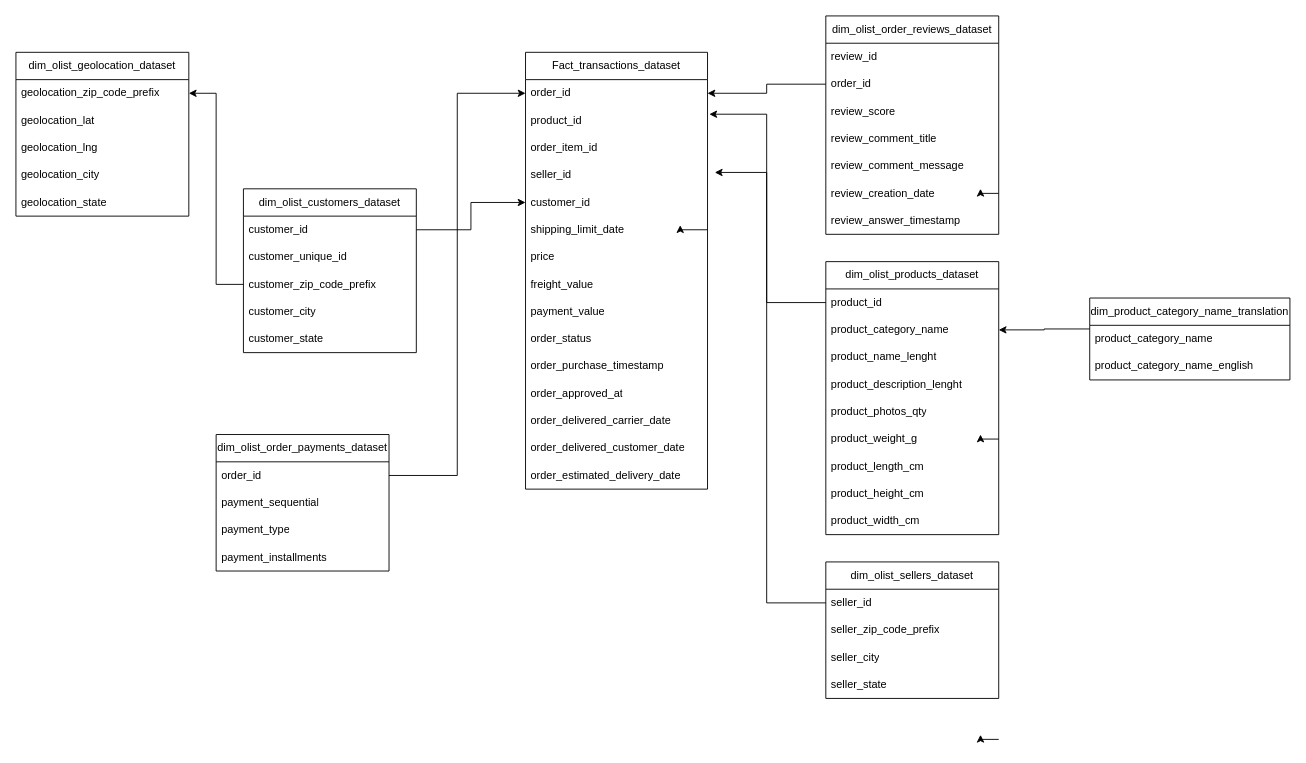
Earlier version of the draw.io diagram Untitled Diagram.drawio (philipebuka/Analytic_engineering_udemy). Source tidied: cells renumbered, new cells numbered last; positions are measured from the earlier drawing's top-left corner, leaving out a move shared by most shapes. Both pictures are drawn from the tidied source at 91%, with x=0, y=0 at pixel (15, 15).
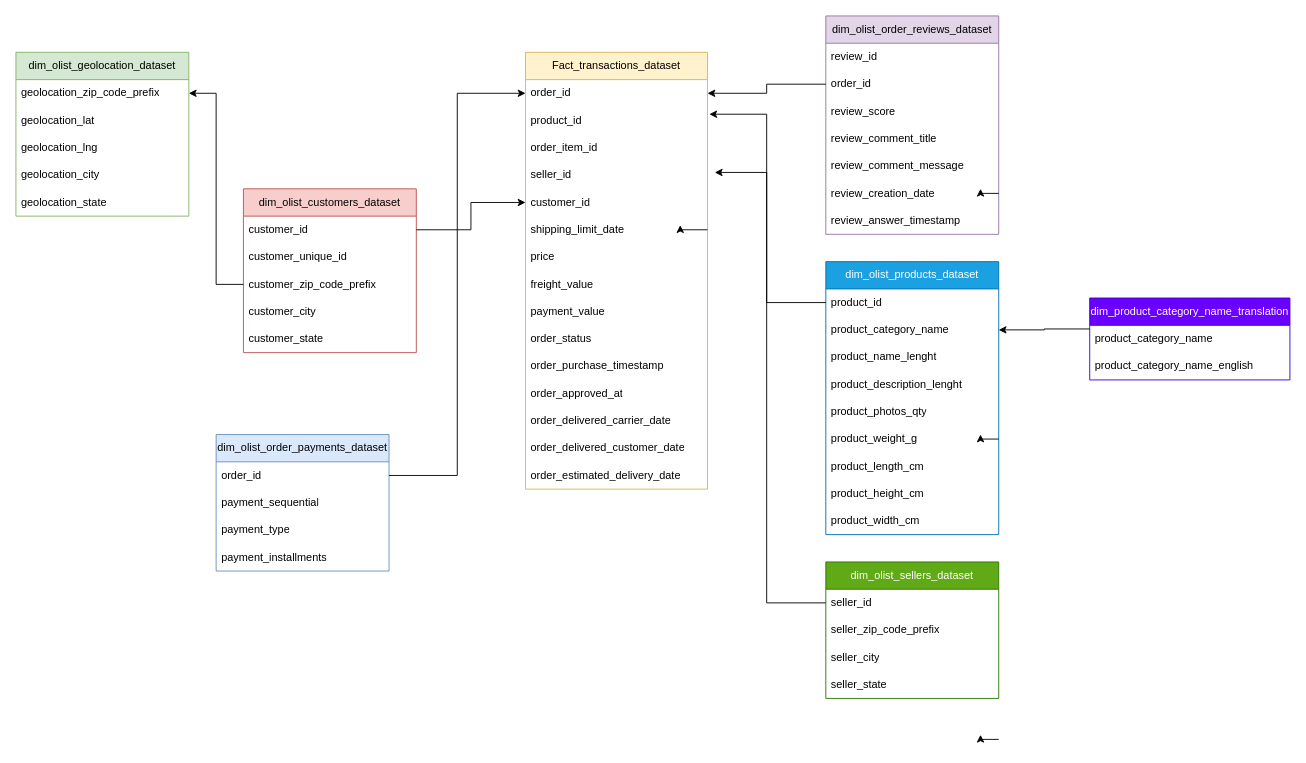
After the change.

The edit, as a diff of the source:
```diff
@@
-    <mxCell id="2" value="Fact_transactions_dataset" style="swimlane;fontStyle=0;horizontal=1;startSize=30;whiteSpace=wrap;html=1;" parent="1" vertex="1">
+    <mxCell id="2" value="Fact_transactions_dataset" style="swimlane;fontStyle=0;horizontal=1;startSize=30;whiteSpace=wrap;html=1;fillColor=#fff2cc;strokeColor=#d6b656;" parent="1" vertex="1">
       <mxGeometry x="560" y="40" width="200" height="480" as="geometry" />
     </mxCell>
@@
-    <mxCell id="19" value="dim_olist_customers_dataset" style="swimlane;fontStyle=0;horizontal=1;startSize=30;whiteSpace=wrap;html=1;" parent="1" vertex="1">
+    <mxCell id="19" value="dim_olist_customers_dataset" style="swimlane;fontStyle=0;horizontal=1;startSize=30;whiteSpace=wrap;html=1;fillColor=#f8cecc;strokeColor=#b85450;" parent="1" vertex="1">
       <mxGeometry x="250" y="190" width="190" height="180" as="geometry" />
     </mxCell>
@@
-    <mxCell id="25" value="dim_olist_geolocation_dataset" style="swimlane;fontStyle=0;horizontal=1;startSize=30;whiteSpace=wrap;html=1;" parent="1" vertex="1">
+    <mxCell id="25" value="dim_olist_geolocation_dataset" style="swimlane;fontStyle=0;horizontal=1;startSize=30;whiteSpace=wrap;html=1;fillColor=#d5e8d4;strokeColor=#82b366;" parent="1" vertex="1">
       <mxGeometry y="40" width="190" height="180" as="geometry" />
     </mxCell>
@@
-    <mxCell id="31" value="dim_olist_order_payments_dataset" style="swimlane;fontStyle=0;horizontal=1;startSize=30;whiteSpace=wrap;html=1;" parent="1" vertex="1">
+    <mxCell id="31" value="dim_olist_order_payments_dataset" style="swimlane;fontStyle=0;horizontal=1;startSize=30;whiteSpace=wrap;html=1;fillColor=#dae8fc;strokeColor=#6c8ebf;" parent="1" vertex="1">
       <mxGeometry x="220" y="460" width="190" height="150" as="geometry" />
     </mxCell>
@@
-    <mxCell id="36" value="dim_olist_order_reviews_dataset" style="swimlane;fontStyle=0;horizontal=1;startSize=30;whiteSpace=wrap;html=1;" parent="1" vertex="1">
+    <mxCell id="36" value="dim_olist_order_reviews_dataset" style="swimlane;fontStyle=0;horizontal=1;startSize=30;whiteSpace=wrap;html=1;fillColor=#e1d5e7;strokeColor=#9673a6;" parent="1" vertex="1">
       <mxGeometry x="890" width="190" height="240" as="geometry" />
     </mxCell>
@@
-    <mxCell id="45" value="dim_olist_products_dataset" style="swimlane;fontStyle=0;horizontal=1;startSize=30;whiteSpace=wrap;html=1;" parent="1" vertex="1">
+    <mxCell id="45" value="dim_olist_products_dataset" style="swimlane;fontStyle=0;horizontal=1;startSize=30;whiteSpace=wrap;html=1;fillColor=#1ba1e2;fontColor=#ffffff;strokeColor=#006EAF;" parent="1" vertex="1">
       <mxGeometry x="890" y="270" width="190" height="300" as="geometry" />
     </mxCell>
@@
-    <mxCell id="56" value="dim_olist_sellers_dataset" style="swimlane;fontStyle=0;horizontal=1;startSize=30;whiteSpace=wrap;html=1;" parent="1" vertex="1">
+    <mxCell id="56" value="dim_olist_sellers_dataset" style="swimlane;fontStyle=0;horizontal=1;startSize=30;whiteSpace=wrap;html=1;fillColor=#60a917;fontColor=#ffffff;strokeColor=#2D7600;" parent="1" vertex="1">
       <mxGeometry x="890" y="600" width="190" height="150" as="geometry" />
     </mxCell>
@@
-    <mxCell id="62" value="dim_product_category_name_translation" style="swimlane;fontStyle=0;horizontal=1;startSize=30;whiteSpace=wrap;html=1;" parent="1" vertex="1">
+    <mxCell id="62" value="dim_product_category_name_translation" style="swimlane;fontStyle=0;horizontal=1;startSize=30;whiteSpace=wrap;html=1;fillColor=#6a00ff;fontColor=#ffffff;strokeColor=#3700CC;" parent="1" vertex="1">
       <mxGeometry x="1180" y="310" width="220" height="90" as="geometry" />
     </mxCell>
```
